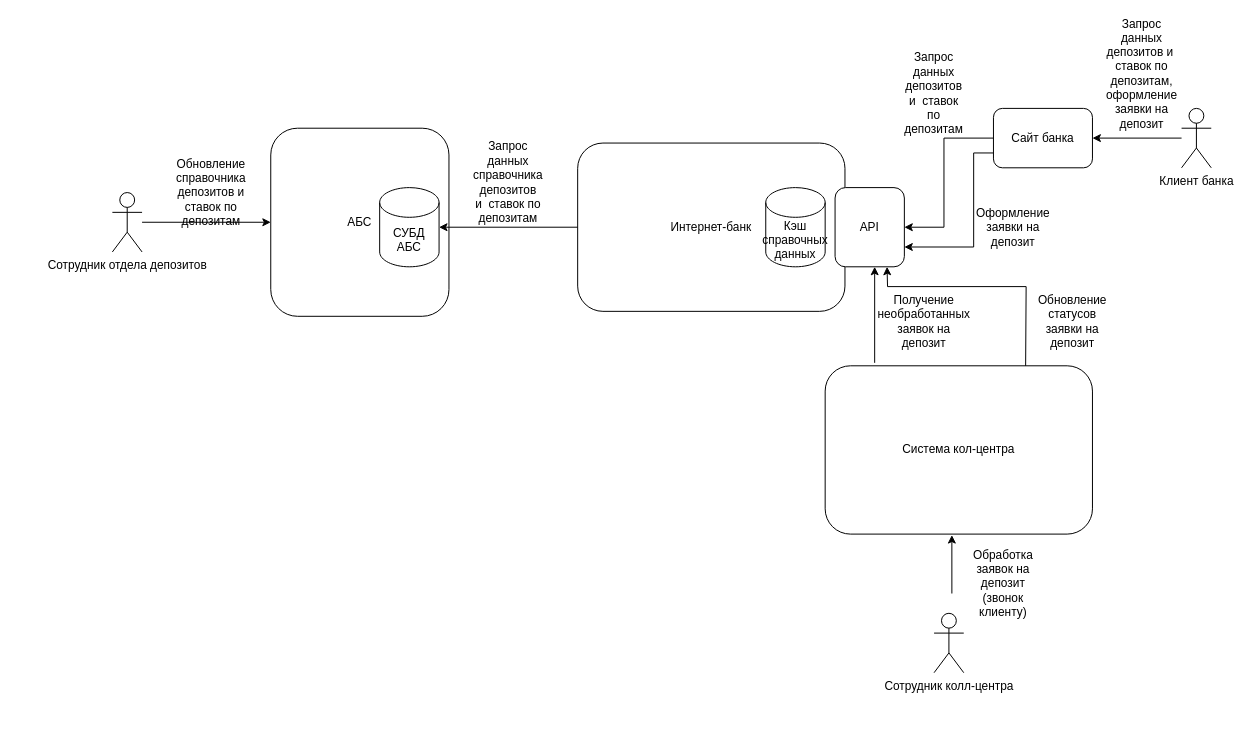
Before: Task3/Диаграмма без названия.drawio in Laborant90/architecture-standart, a draw.io diagram. Source tidied: cells renumbered, new cells numbered last; positions are measured from the earlier drawing's top-left corner, leaving out a move shared by most shapes. Both pictures are drawn from the tidied source at 99%, with x=0, y=0 at pixel (112, 58).
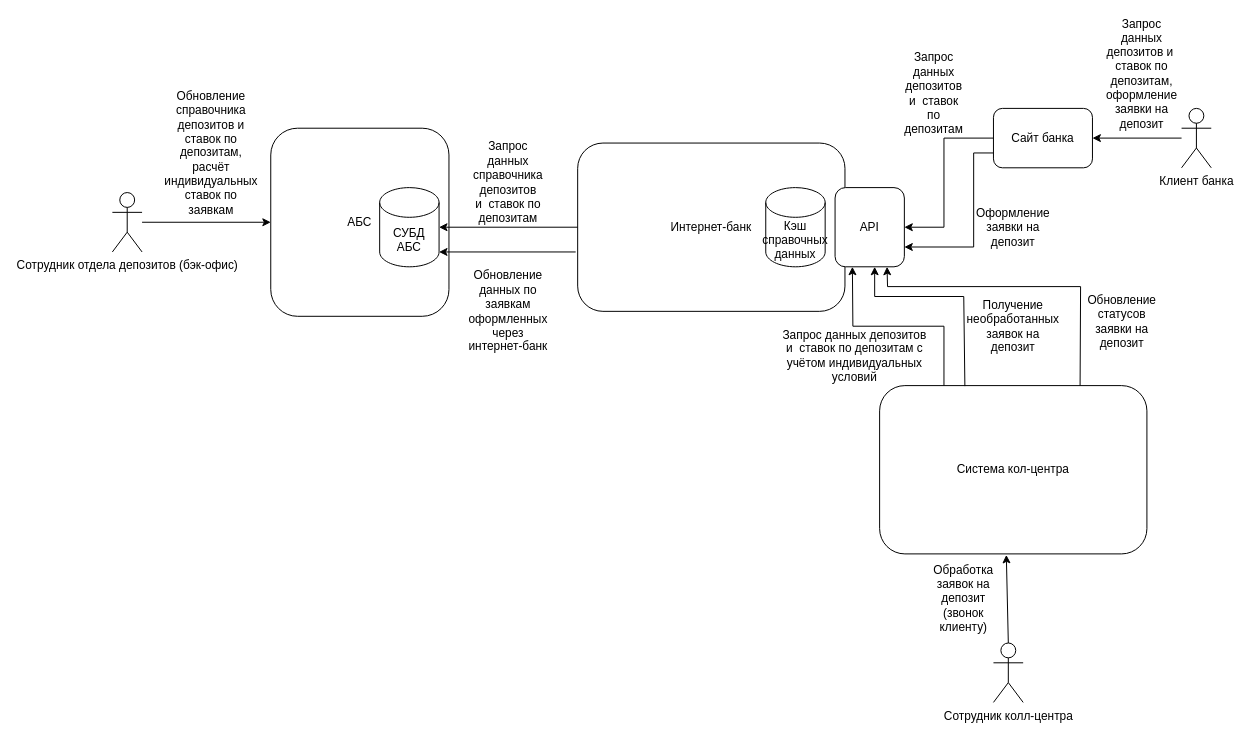
Above is the later version.

Unchanged cells that the change refers to:
```xml
<mxCell id="5" value="СУБД АБС" style="shape=cylinder3;whiteSpace=wrap;html=1;boundedLbl=1;backgroundOutline=1;size=15;" parent="1" vertex="1">
  <mxGeometry x="270" y="130" width="60" height="80" as="geometry" />
</mxCell>
<mxCell id="14" value="API" style="rounded=1;whiteSpace=wrap;html=1;" parent="1" vertex="1">
  <mxGeometry x="730" y="130" width="70" height="80" as="geometry" />
</mxCell>
```

Diff of the diagram source:
```diff
@@
-    <mxCell id="3" value="Сотрудник отдела депозитов" style="shape=umlActor;verticalLabelPosition=bottom;verticalAlign=top;html=1;" parent="1" vertex="1">
+    <mxCell id="3" value="Сотрудник отдела депозитов (бэк-офис)" style="shape=umlActor;verticalLabelPosition=bottom;verticalAlign=top;html=1;" parent="1" vertex="1">
       <mxGeometry y="135" width="30" height="60" as="geometry" />
     </mxCell>
@@
-    <mxCell id="9" value="Обновление справочника депозитов и ставок по депозитам" style="text;html=1;align=center;verticalAlign=middle;whiteSpace=wrap;rounded=0;" parent="1" vertex="1">
-      <mxGeometry x="70" y="120" width="60" height="30" as="geometry" />
+    <mxCell id="9" value="Обновление справочника депозитов и ставок по депозитам, расчёт индивидуальных ставок по заявкам" style="text;html=1;align=center;verticalAlign=middle;whiteSpace=wrap;rounded=0;" parent="1" vertex="1">
+      <mxGeometry x="70" y="80" width="60" height="30" as="geometry" />
     </mxCell>
@@
     <mxCell id="17" value="Система кол-центра" style="rounded=1;whiteSpace=wrap;html=1;" parent="1" vertex="1">
-      <mxGeometry x="720" y="310" width="270" height="170" as="geometry" />
+      <mxGeometry x="775" y="330" width="270" height="170" as="geometry" />
     </mxCell>
@@
-    <mxCell id="21" style="endArrow=classic;html=1;rounded=0;" parent="1" edge="1">
+    <mxCell id="21" style="endArrow=classic;html=1;rounded=0;exitX=0.319;exitY=0.003;exitDx=0;exitDy=0;exitPerimeter=0;" parent="1" edge="1" source="17">
       <mxGeometry relative="1" as="geometry">
-        <mxPoint x="770" y="307" as="sourcePoint" />
         <mxPoint x="770" y="210" as="targetPoint" />
+        <Array as="points">
+          <mxPoint x="860" y="240" />
+          <mxPoint x="770" y="240" />
+        </Array>
       </mxGeometry>
     </mxCell>
     <mxCell id="22" value="Получение необработанных заявок на депозит" style="text;html=1;align=center;verticalAlign=middle;whiteSpace=wrap;rounded=0;" parent="1" vertex="1">
-      <mxGeometry x="790" y="250" width="60" height="30" as="geometry" />
+      <mxGeometry x="880" y="255" width="60" height="30" as="geometry" />
     </mxCell>
     <mxCell id="23" style="endArrow=classic;html=1;rounded=0;entryX=0.75;entryY=1;entryDx=0;entryDy=0;exitX=0.75;exitY=0;exitDx=0;exitDy=0;" parent="1" edge="1" source="17" target="14">
       <mxGeometry relative="1" as="geometry">
         <Array as="points">
-          <mxPoint x="923" y="230" />
+          <mxPoint x="978" y="230" />
           <mxPoint x="783" y="230" />
         </Array>
       </mxGeometry>
     </mxCell>
     <mxCell id="24" value="Обновление статусов заявки на депозит" style="text;html=1;align=center;verticalAlign=middle;whiteSpace=wrap;rounded=0;" parent="1" vertex="1">
-      <mxGeometry x="940" y="250" width="60" height="30" as="geometry" />
+      <mxGeometry x="990" y="250" width="60" height="30" as="geometry" />
     </mxCell>
     <mxCell id="25" value="Сотрудник колл-центра" style="shape=umlActor;verticalLabelPosition=bottom;verticalAlign=top;html=1;outlineConnect=0;" parent="1" vertex="1">
-      <mxGeometry x="830" y="560" width="30" height="60" as="geometry" />
+      <mxGeometry x="890" y="590" width="30" height="60" as="geometry" />
     </mxCell>
-    <mxCell id="26" style="endArrow=classic;html=1;rounded=0;entryX=0.474;entryY=1.006;entryDx=0;entryDy=0;entryPerimeter=0;" parent="1" edge="1" target="17">
-      <mxGeometry relative="1" as="geometry">
-        <mxPoint x="848" y="540" as="sourcePoint" />
-      </mxGeometry>
+    <mxCell id="26" style="endArrow=classic;html=1;rounded=0;entryX=0.474;entryY=1.006;entryDx=0;entryDy=0;entryPerimeter=0;exitX=0.5;exitY=0;exitDx=0;exitDy=0;exitPerimeter=0;" parent="1" edge="1" source="25" target="17">
+      <mxGeometry relative="1" as="geometry" />
     </mxCell>
     <mxCell id="27" value="Обработка заявок на депозит (звонок клиенту)" style="text;html=1;align=center;verticalAlign=middle;whiteSpace=wrap;rounded=0;" parent="1" vertex="1">
-      <mxGeometry x="870" y="515" width="60" height="30" as="geometry" />
+      <mxGeometry x="830" y="530" width="60" height="30" as="geometry" />
     </mxCell>
+    <mxCell id="28" value="Запрос данных депозитов и&amp;nbsp; ставок по депозитам с учётом индивидуальных условий" style="text;html=1;align=center;verticalAlign=middle;whiteSpace=wrap;rounded=0;" parent="1" vertex="1">
+      <mxGeometry x="670" y="285" width="160" height="30" as="geometry" />
+    </mxCell>
+    <mxCell id="29" style="endArrow=classic;html=1;rounded=0;entryX=0.25;entryY=1;entryDx=0;entryDy=0;" parent="1" edge="1" target="14">
+      <mxGeometry relative="1" as="geometry">
+        <mxPoint x="840" y="330" as="sourcePoint" />
+        <Array as="points">
+          <mxPoint x="840" y="270" />
+          <mxPoint x="748" y="270" />
+        </Array>
+      </mxGeometry>
+    </mxCell>
+    <mxCell id="30" style="endArrow=classic;html=1;rounded=0;entryX=1;entryY=1;entryDx=0;entryDy=-15;entryPerimeter=0;" parent="1" edge="1" target="5">
+      <mxGeometry relative="1" as="geometry">
+        <mxPoint x="468" y="195" as="sourcePoint" />
+      </mxGeometry>
+    </mxCell>
+    <mxCell id="31" value="Обновление данных по заявкам оформленных через интернет-банк" style="text;html=1;align=center;verticalAlign=middle;whiteSpace=wrap;rounded=0;" parent="1" vertex="1">
+      <mxGeometry x="370" y="240" width="60" height="30" as="geometry" />
+    </mxCell>
```
